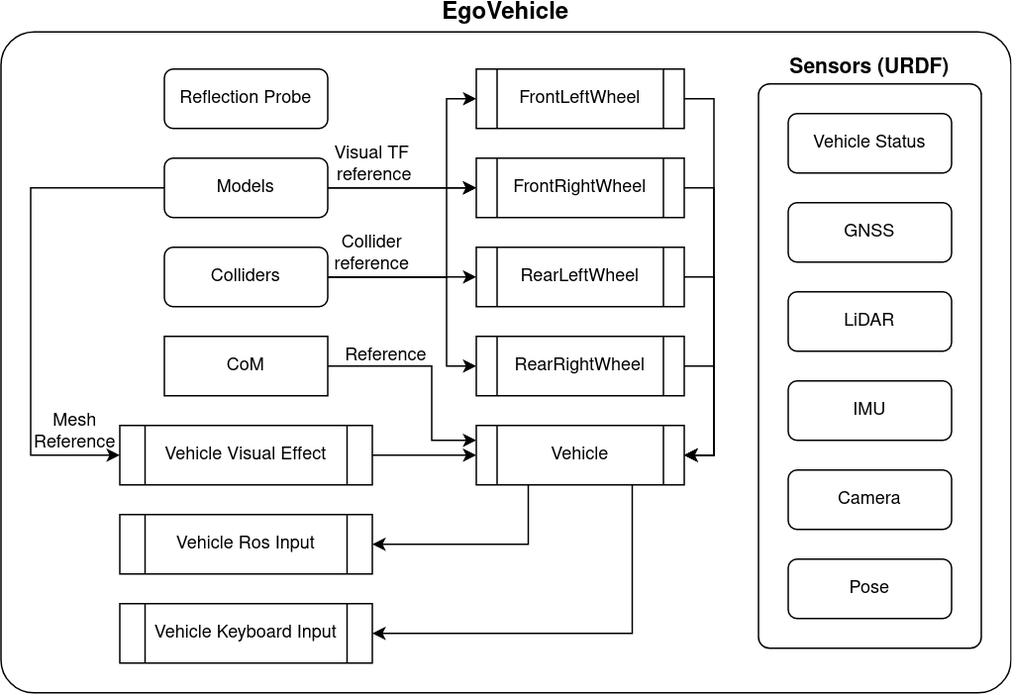
The draw.io diagram docs/Introduction/egovehicle.png in tier4/AWSIM, before a commit. Source tidied: cells renumbered, new cells last; positions are measured from the earlier drawing's top-left corner, leaving out a move shared by most shapes.
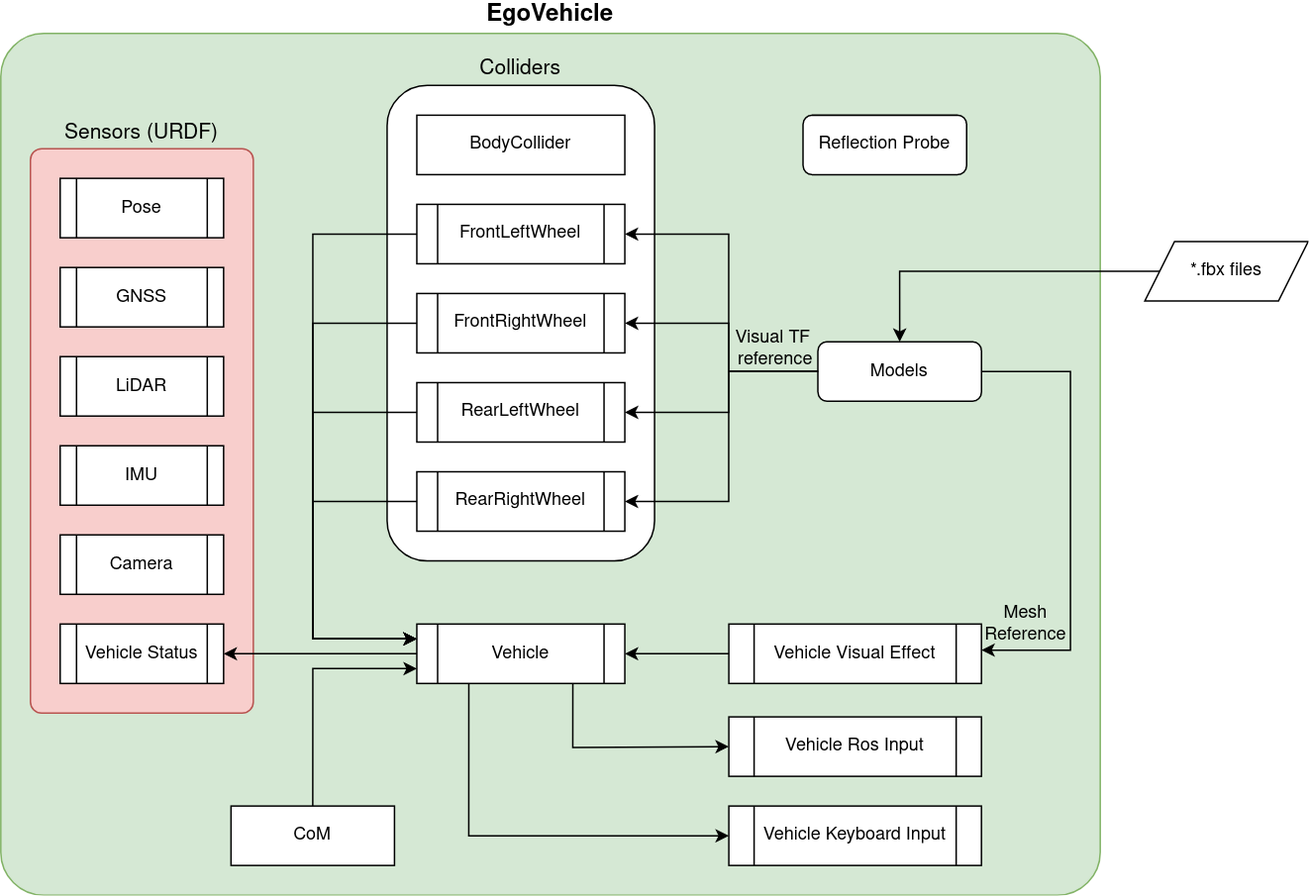
After the commit.

Diff of the diagram source:
```diff
@@ -2,182 +2,182 @@
   <root>
     <mxCell id="0" />
     <mxCell id="1" parent="0" />
-    <mxCell id="2" value="EgoVehicle" style="rounded=1;whiteSpace=wrap;html=1;labelPosition=center;verticalLabelPosition=top;align=center;verticalAlign=bottom;arcSize=5;fontSize=16;fontStyle=1;" parent="1" vertex="1">
-      <mxGeometry width="680" height="445" as="geometry" />
+    <mxCell id="2" value="EgoVehicle" style="rounded=1;whiteSpace=wrap;html=1;labelPosition=center;verticalLabelPosition=top;align=center;verticalAlign=bottom;arcSize=5;fontSize=16;fontStyle=1;fillColor=#d5e8d4;strokeColor=#82b366;" parent="1" vertex="1">
+      <mxGeometry x="930" y="-135" width="740" height="580" as="geometry" />
     </mxCell>
+    <mxCell id="28" value="Colliders" style="rounded=1;whiteSpace=wrap;html=1;labelPosition=center;verticalLabelPosition=top;align=center;verticalAlign=bottom;fontSize=14;" parent="1" vertex="1">
+      <mxGeometry x="1190" y="-100" width="180" height="320" as="geometry" />
+    </mxCell>
-    <mxCell id="3" style="edgeStyle=orthogonalEdgeStyle;rounded=0;jettySize=auto;html=1;entryX=0;entryY=0.25;entryDx=0;entryDy=0;" parent="1" edge="1" source="4" target="22">
+    <mxCell id="3" style="edgeStyle=orthogonalEdgeStyle;rounded=0;jettySize=auto;html=1;entryX=0;entryY=0.75;entryDx=0;entryDy=0;exitX=0.5;exitY=0;exitDx=0;exitDy=0;" parent="1" edge="1" source="4" target="22">
       <mxGeometry relative="1" as="geometry">
         <Array as="points">
-          <mxPoint x="290" y="225" />
-          <mxPoint x="290" y="275" />
+          <mxPoint x="1140" y="385" />
+          <mxPoint x="1140" y="293" />
         </Array>
       </mxGeometry>
     </mxCell>
     <mxCell id="4" value="&lt;div&gt;CoM&lt;/div&gt;" style="rounded=0;whiteSpace=wrap;html=1;" parent="1" vertex="1">
-      <mxGeometry x="110" y="205" width="110" height="40" as="geometry" />
+      <mxGeometry x="1085" y="385" width="110" height="40" as="geometry" />
     </mxCell>
-    <mxCell id="5" style="edgeStyle=orthogonalEdgeStyle;rounded=0;jettySize=auto;html=1;entryX=0;entryY=0.5;entryDx=0;entryDy=0;" parent="1" edge="1" source="6" target="16">
-      <mxGeometry relative="1" as="geometry">
-        <Array as="points">
-          <mxPoint x="300" y="105" />
-          <mxPoint x="300" y="105" />
-        </Array>
-      </mxGeometry>
-    </mxCell>
+    <mxCell id="24" style="edgeStyle=orthogonalEdgeStyle;rounded=0;jettySize=auto;html=1;entryX=0;entryY=0.5;entryDx=0;entryDy=0;exitX=0;exitY=0.25;exitDx=0;exitDy=0;startArrow=classic;startFill=1;endArrow=none;endFill=0;" parent="1" edge="1" source="22" target="16">
+      <mxGeometry relative="1" as="geometry">
+        <Array as="points">
+          <mxPoint x="1140" y="273" />
+          <mxPoint x="1140" y="60" />
+        </Array>
+      </mxGeometry>
+    </mxCell>
     <mxCell id="6" value="&lt;div&gt;Models&lt;/div&gt;" style="rounded=1;whiteSpace=wrap;html=1;" parent="1" vertex="1">
-      <mxGeometry x="110" y="85" width="110" height="40" as="geometry" />
+      <mxGeometry x="1480" y="72.5" width="110" height="40" as="geometry" />
     </mxCell>
-    <mxCell id="7" value="&lt;div style=&quot;font-size: 14px;&quot;&gt;Sensors (URDF)&lt;/div&gt;" style="rounded=1;whiteSpace=wrap;html=1;labelPosition=center;verticalLabelPosition=top;align=center;verticalAlign=bottom;arcSize=5;fontSize=14;fontStyle=1;" parent="1" vertex="1">
-      <mxGeometry x="510" y="35" width="150" height="380" as="geometry" />
+    <mxCell id="7" value="&lt;div style=&quot;font-size: 14px;&quot;&gt;Sensors (URDF)&lt;/div&gt;" style="rounded=1;whiteSpace=wrap;html=1;labelPosition=center;verticalLabelPosition=top;align=center;verticalAlign=bottom;arcSize=5;fontSize=14;fontStyle=0;fillColor=#f8cecc;strokeColor=#b85450;" parent="1" vertex="1">
+      <mxGeometry x="950" y="-57.5" width="150" height="380" as="geometry" />
     </mxCell>
     <mxCell id="8" value="Reflection Probe" style="rounded=1;whiteSpace=wrap;html=1;" parent="1" vertex="1">
-      <mxGeometry x="110" y="25" width="110" height="40" as="geometry" />
+      <mxGeometry x="1470" y="-80" width="110" height="40" as="geometry" />
     </mxCell>
-    <mxCell id="9" style="edgeStyle=orthogonalEdgeStyle;rounded=0;jettySize=auto;html=1;entryX=0.75;entryY=1;entryDx=0;entryDy=0;endArrow=none;endFill=0;startArrow=classic;startFill=1;" parent="1" edge="1" source="10" target="22">
-      <mxGeometry relative="1" as="geometry" />
-    </mxCell>
+    <mxCell id="40" style="edgeStyle=orthogonalEdgeStyle;rounded=0;jettySize=auto;html=1;entryX=0.75;entryY=1;entryDx=0;entryDy=0;endArrow=none;endFill=0;startArrow=classic;startFill=1;" parent="1" edge="1" target="22">
+      <mxGeometry relative="1" as="geometry">
+        <mxPoint x="1420" y="345" as="sourcePoint" />
+      </mxGeometry>
+    </mxCell>
     <mxCell id="10" value="&lt;div&gt;Vehicle Keyboard Input&lt;/div&gt;" style="shape=process;whiteSpace=wrap;html=1;backgroundOutline=1;" parent="1" vertex="1">
-      <mxGeometry x="80" y="385" width="170" height="40" as="geometry" />
+      <mxGeometry x="1420" y="385" width="170" height="40" as="geometry" />
     </mxCell>
-    <mxCell id="11" style="edgeStyle=orthogonalEdgeStyle;rounded=0;jettySize=auto;html=1;entryX=0;entryY=0.5;entryDx=0;entryDy=0;endArrow=none;endFill=0;startArrow=classic;startFill=1;" parent="1" edge="1" source="12" target="6">
+    <mxCell id="11" style="edgeStyle=orthogonalEdgeStyle;rounded=0;jettySize=auto;html=1;entryX=1;entryY=0.5;entryDx=0;entryDy=0;endArrow=none;endFill=0;startArrow=classic;startFill=1;" parent="1" edge="1" source="12" target="6">
       <mxGeometry relative="1" as="geometry">
         <Array as="points">
-          <mxPoint x="20" y="285" />
-          <mxPoint x="20" y="105" />
+          <mxPoint x="1650" y="280" />
+          <mxPoint x="1650" y="92" />
         </Array>
       </mxGeometry>
     </mxCell>
+    <mxCell id="41" style="edgeStyle=orthogonalEdgeStyle;rounded=0;jettySize=auto;html=1;" parent="1" edge="1" source="12" target="22">
+      <mxGeometry relative="1" as="geometry" />
+    </mxCell>
     <mxCell id="12" value="&lt;div&gt;Vehicle Visual Effect&lt;/div&gt;" style="shape=process;whiteSpace=wrap;html=1;backgroundOutline=1;" parent="1" vertex="1">
-      <mxGeometry x="80" y="265" width="170" height="40" as="geometry" />
+      <mxGeometry x="1420" y="262.5" width="170" height="40" as="geometry" />
     </mxCell>
-    <mxCell id="13" style="edgeStyle=orthogonalEdgeStyle;rounded=0;jettySize=auto;html=1;entryX=0.25;entryY=1;entryDx=0;entryDy=0;endArrow=none;endFill=0;startArrow=classic;startFill=1;" parent="1" edge="1" source="14" target="22">
-      <mxGeometry relative="1" as="geometry">
-        <Array as="points">
-          <mxPoint x="355" y="345" />
-        </Array>
-      </mxGeometry>
-    </mxCell>
+    <mxCell id="9" style="edgeStyle=orthogonalEdgeStyle;rounded=0;jettySize=auto;html=1;entryX=0.25;entryY=1;entryDx=0;entryDy=0;endArrow=none;endFill=0;startArrow=classic;startFill=1;exitX=0;exitY=0.5;exitDx=0;exitDy=0;" parent="1" edge="1" source="10" target="22">
+      <mxGeometry relative="1" as="geometry">
+        <Array as="points">
+          <mxPoint x="1245" y="405" />
+        </Array>
+      </mxGeometry>
+    </mxCell>
     <mxCell id="14" value="Vehicle Ros Input" style="shape=process;whiteSpace=wrap;html=1;backgroundOutline=1;" parent="1" vertex="1">
-      <mxGeometry x="80" y="325" width="170" height="40" as="geometry" />
+      <mxGeometry x="1420" y="325" width="170" height="40" as="geometry" />
     </mxCell>
     <mxCell id="15" value="FrontLeftWheel" style="shape=process;whiteSpace=wrap;html=1;backgroundOutline=1;" parent="1" vertex="1">
-      <mxGeometry x="320" y="25" width="140" height="40" as="geometry" />
+      <mxGeometry x="1210" y="-20" width="140" height="40" as="geometry" />
     </mxCell>
     <mxCell id="16" value="FrontRightWheel" style="shape=process;whiteSpace=wrap;html=1;backgroundOutline=1;" parent="1" vertex="1">
-      <mxGeometry x="320" y="85" width="140" height="40" as="geometry" />
+      <mxGeometry x="1210" y="40" width="140" height="40" as="geometry" />
     </mxCell>
     <mxCell id="17" value="RearLeftWheel" style="shape=process;whiteSpace=wrap;html=1;backgroundOutline=1;" parent="1" vertex="1">
-      <mxGeometry x="320" y="145" width="140" height="40" as="geometry" />
+      <mxGeometry x="1210" y="100" width="140" height="40" as="geometry" />
     </mxCell>
     <mxCell id="18" value="RearRightWheel" style="shape=process;whiteSpace=wrap;html=1;backgroundOutline=1;" parent="1" vertex="1">
-      <mxGeometry x="320" y="205" width="140" height="40" as="geometry" />
+      <mxGeometry x="1210" y="160" width="140" height="40" as="geometry" />
     </mxCell>
-    <mxCell id="19" style="rounded=0;jettySize=auto;html=1;entryX=0;entryY=0.5;entryDx=0;entryDy=0;exitX=1;exitY=0.5;exitDx=0;exitDy=0;edgeStyle=orthogonalEdgeStyle;" parent="1" edge="1" source="28" target="18">
-      <mxGeometry relative="1" as="geometry">
-        <Array as="points">
-          <mxPoint x="300" y="165" />
-          <mxPoint x="300" y="225" />
-        </Array>
-      </mxGeometry>
-    </mxCell>
-    <mxCell id="20" style="edgeStyle=orthogonalEdgeStyle;rounded=0;jettySize=auto;html=1;endArrow=none;endFill=0;startArrow=classic;startFill=1;" parent="1" edge="1" source="22" target="12">
-      <mxGeometry relative="1" as="geometry" />
-    </mxCell>
-    <mxCell id="21" style="edgeStyle=orthogonalEdgeStyle;rounded=0;orthogonalLoop=1;jettySize=auto;html=1;entryX=1;entryY=0.5;entryDx=0;entryDy=0;endArrow=none;endFill=0;startArrow=classic;startFill=1;" parent="1" edge="1">
-      <mxGeometry relative="1" as="geometry">
-        <mxPoint x="460" y="285" as="sourcePoint" />
-        <mxPoint x="460" y="225" as="targetPoint" />
-        <Array as="points">
-          <mxPoint x="480" y="285" />
-          <mxPoint x="480" y="225" />
-        </Array>
-      </mxGeometry>
-    </mxCell>
+    <mxCell id="42" style="edgeStyle=orthogonalEdgeStyle;rounded=0;jettySize=auto;html=1;endArrow=classic;endFill=1;startArrow=none;startFill=0;exitX=0;exitY=0.5;exitDx=0;exitDy=0;" parent="1" edge="1" source="6">
+      <mxGeometry relative="1" as="geometry">
+        <mxPoint x="1350" y="180" as="targetPoint" />
+        <Array as="points">
+          <mxPoint x="1420" y="92.5" />
+          <mxPoint x="1420" y="180.5" />
+        </Array>
+      </mxGeometry>
+    </mxCell>
     <mxCell id="22" value="&lt;div&gt;Vehicle&lt;/div&gt;" style="shape=process;whiteSpace=wrap;html=1;backgroundOutline=1;" parent="1" vertex="1">
-      <mxGeometry x="320" y="265" width="140" height="40" as="geometry" />
+      <mxGeometry x="1210" y="262.5" width="140" height="40" as="geometry" />
     </mxCell>
-    <mxCell id="23" style="edgeStyle=orthogonalEdgeStyle;rounded=0;orthogonalLoop=1;jettySize=auto;html=1;entryX=1;entryY=0.5;entryDx=0;entryDy=0;exitX=1;exitY=0.5;exitDx=0;exitDy=0;endArrow=none;endFill=0;startArrow=classic;startFill=1;" parent="1" edge="1">
-      <mxGeometry relative="1" as="geometry">
-        <mxPoint x="460" y="285" as="sourcePoint" />
-        <mxPoint x="460" y="165" as="targetPoint" />
-        <Array as="points">
-          <mxPoint x="480" y="285" />
-          <mxPoint x="480" y="165" />
-        </Array>
-      </mxGeometry>
-    </mxCell>
-    <mxCell id="24" style="edgeStyle=orthogonalEdgeStyle;rounded=0;jettySize=auto;html=1;entryX=1;entryY=0.5;entryDx=0;entryDy=0;endArrow=none;endFill=0;startArrow=classic;startFill=1;exitX=1;exitY=0.5;exitDx=0;exitDy=0;" parent="1" edge="1" source="22" target="16">
-      <mxGeometry relative="1" as="geometry">
-        <Array as="points">
-          <mxPoint x="480" y="285" />
-          <mxPoint x="480" y="105" />
-        </Array>
-      </mxGeometry>
-    </mxCell>
+    <mxCell id="43" style="edgeStyle=orthogonalEdgeStyle;rounded=0;jettySize=auto;html=1;endArrow=classic;endFill=1;startArrow=none;startFill=0;exitX=0;exitY=0.5;exitDx=0;exitDy=0;" parent="1" edge="1" source="6">
+      <mxGeometry relative="1" as="geometry">
+        <mxPoint x="1350" y="120" as="targetPoint" />
+        <Array as="points">
+          <mxPoint x="1420" y="92.5" />
+          <mxPoint x="1420" y="120.5" />
+        </Array>
+      </mxGeometry>
+    </mxCell>
+    <mxCell id="44" style="edgeStyle=orthogonalEdgeStyle;rounded=0;jettySize=auto;html=1;entryX=1;entryY=0.5;entryDx=0;entryDy=0;endArrow=classic;endFill=1;startArrow=none;startFill=0;exitX=1;exitY=1;exitDx=0;exitDy=0;" parent="1" edge="1" source="27" target="16">
+      <mxGeometry relative="1" as="geometry">
+        <Array as="points">
+          <mxPoint x="1420" y="93" />
+          <mxPoint x="1420" y="60" />
+        </Array>
+      </mxGeometry>
+    </mxCell>
+    <mxCell id="45" style="edgeStyle=orthogonalEdgeStyle;rounded=0;jettySize=auto;html=1;entryX=1;entryY=0.5;entryDx=0;entryDy=0;exitX=0;exitY=0.5;exitDx=0;exitDy=0;startArrow=none;startFill=0;endArrow=classic;endFill=1;" parent="1" edge="1" source="6" target="15">
+      <mxGeometry relative="1" as="geometry">
+        <Array as="points">
+          <mxPoint x="1420" y="92.5" />
+          <mxPoint x="1420" y="0.5" />
+        </Array>
+      </mxGeometry>
+    </mxCell>
+    <mxCell id="27" value="&lt;div&gt;Visual TF&lt;br&gt;&lt;/div&gt;&lt;div&gt;&amp;nbsp;reference&lt;/div&gt;" style="text;html=1;strokeColor=none;fillColor=none;align=center;verticalAlign=middle;whiteSpace=wrap;rounded=0;" parent="1" vertex="1">
+      <mxGeometry x="1420" y="62.5" width="60" height="30" as="geometry" />
+    </mxCell>
-    <mxCell id="25" style="edgeStyle=orthogonalEdgeStyle;rounded=0;jettySize=auto;html=1;entryX=1;entryY=0.5;entryDx=0;entryDy=0;exitX=1;exitY=0.5;exitDx=0;exitDy=0;startArrow=classic;startFill=1;endArrow=none;endFill=0;" parent="1" edge="1" source="22" target="15">
+    <mxCell id="25" style="edgeStyle=orthogonalEdgeStyle;rounded=0;jettySize=auto;html=1;entryX=0;entryY=0.5;entryDx=0;entryDy=0;exitX=0;exitY=0.25;exitDx=0;exitDy=0;startArrow=classic;startFill=1;endArrow=none;endFill=0;" parent="1" edge="1" source="22" target="15">
       <mxGeometry relative="1" as="geometry">
         <Array as="points">
-          <mxPoint x="480" y="285" />
-          <mxPoint x="480" y="45" />
+          <mxPoint x="1140" y="273" />
+          <mxPoint x="1140" />
         </Array>
       </mxGeometry>
     </mxCell>
-    <mxCell id="26" value="Collider reference" style="text;html=1;strokeColor=none;fillColor=none;align=center;verticalAlign=middle;whiteSpace=wrap;rounded=0;" parent="1" vertex="1">
-      <mxGeometry x="220" y="135" width="60" height="30" as="geometry" />
-    </mxCell>
-    <mxCell id="27" value="&lt;div&gt;Visual TF&lt;br&gt;&lt;/div&gt;&lt;div&gt;&amp;nbsp;reference&lt;/div&gt;" style="text;html=1;strokeColor=none;fillColor=none;align=center;verticalAlign=middle;whiteSpace=wrap;rounded=0;" parent="1" vertex="1">
-      <mxGeometry x="220" y="75" width="60" height="30" as="geometry" />
-    </mxCell>
-    <mxCell id="28" value="Colliders" style="rounded=1;whiteSpace=wrap;html=1;" parent="1" vertex="1">
-      <mxGeometry x="110" y="145" width="110" height="40" as="geometry" />
-    </mxCell>
-    <mxCell id="29" style="edgeStyle=orthogonalEdgeStyle;rounded=0;jettySize=auto;html=1;entryX=0;entryY=0.5;entryDx=0;entryDy=0;exitX=0;exitY=1;exitDx=0;exitDy=0;" parent="1" edge="1" source="27" target="15">
-      <mxGeometry relative="1" as="geometry">
-        <Array as="points">
-          <mxPoint x="300" y="105" />
-          <mxPoint x="300" y="45" />
-        </Array>
-      </mxGeometry>
-    </mxCell>
-    <mxCell id="30" style="edgeStyle=orthogonalEdgeStyle;rounded=0;jettySize=auto;html=1;entryX=0;entryY=0.5;entryDx=0;entryDy=0;exitX=0;exitY=1;exitDx=0;exitDy=0;" parent="1" edge="1" source="26" target="16">
-      <mxGeometry relative="1" as="geometry">
-        <Array as="points">
-          <mxPoint x="300" y="165" />
-          <mxPoint x="300" y="105" />
-        </Array>
-      </mxGeometry>
-    </mxCell>
-    <mxCell id="31" style="rounded=0;jettySize=auto;html=1;entryX=0;entryY=0.5;entryDx=0;entryDy=0;exitX=1;exitY=0.5;exitDx=0;exitDy=0;edgeStyle=orthogonalEdgeStyle;" parent="1" edge="1" source="28" target="17">
-      <mxGeometry relative="1" as="geometry">
-        <Array as="points">
-          <mxPoint x="310" y="165" />
-          <mxPoint x="310" y="165" />
-        </Array>
-      </mxGeometry>
-    </mxCell>
-    <mxCell id="32" value="Reference" style="text;whiteSpace=wrap;html=1;" parent="1" vertex="1">
-      <mxGeometry x="230" y="205" width="132" height="40" as="geometry" />
-    </mxCell>
+    <mxCell id="46" style="edgeStyle=orthogonalEdgeStyle;rounded=0;jettySize=auto;html=1;startArrow=classic;startFill=1;endArrow=none;endFill=0;exitX=1;exitY=0.5;exitDx=0;exitDy=0;" parent="1" edge="1" source="33">
+      <mxGeometry relative="1" as="geometry">
+        <mxPoint x="1210" y="282.5" as="targetPoint" />
+      </mxGeometry>
+    </mxCell>
-    <mxCell id="33" value="Vehicle Status" style="rounded=1;whiteSpace=wrap;html=1;" parent="1" vertex="1">
-      <mxGeometry x="530" y="55" width="110" height="40" as="geometry" />
+    <mxCell id="33" value="Vehicle Status" style="shape=process;whiteSpace=wrap;html=1;backgroundOutline=1;rounded=0;" parent="1" vertex="1">
+      <mxGeometry x="970" y="262.5" width="110" height="40" as="geometry" />
     </mxCell>
-    <mxCell id="34" value="Camera" style="rounded=1;whiteSpace=wrap;html=1;" parent="1" vertex="1">
-      <mxGeometry x="530" y="295" width="110" height="40" as="geometry" />
+    <mxCell id="34" value="Camera" style="shape=process;whiteSpace=wrap;html=1;backgroundOutline=1;rounded=0;" parent="1" vertex="1">
+      <mxGeometry x="970" y="202.5" width="110" height="40" as="geometry" />
     </mxCell>
-    <mxCell id="35" value="Pose" style="rounded=1;whiteSpace=wrap;html=1;" parent="1" vertex="1">
-      <mxGeometry x="530" y="355" width="110" height="40" as="geometry" />
+    <mxCell id="35" value="Pose" style="shape=process;whiteSpace=wrap;html=1;backgroundOutline=1;rounded=0;" parent="1" vertex="1">
+      <mxGeometry x="970" y="-37.5" width="110" height="40" as="geometry" />
     </mxCell>
-    <mxCell id="36" value="LiDAR" style="rounded=1;whiteSpace=wrap;html=1;" parent="1" vertex="1">
-      <mxGeometry x="530" y="175" width="110" height="40" as="geometry" />
+    <mxCell id="36" value="LiDAR" style="shape=process;whiteSpace=wrap;html=1;backgroundOutline=1;rounded=0;" parent="1" vertex="1">
+      <mxGeometry x="970" y="82.5" width="110" height="40" as="geometry" />
     </mxCell>
-    <mxCell id="37" value="IMU" style="rounded=1;whiteSpace=wrap;html=1;" parent="1" vertex="1">
-      <mxGeometry x="530" y="235" width="110" height="40" as="geometry" />
+    <mxCell id="37" value="IMU" style="shape=process;whiteSpace=wrap;html=1;backgroundOutline=1;rounded=0;" parent="1" vertex="1">
+      <mxGeometry x="970" y="142.5" width="110" height="40" as="geometry" />
     </mxCell>
-    <mxCell id="38" value="GNSS" style="rounded=1;whiteSpace=wrap;html=1;" parent="1" vertex="1">
-      <mxGeometry x="530" y="115" width="110" height="40" as="geometry" />
+    <mxCell id="38" value="GNSS" style="shape=process;whiteSpace=wrap;html=1;backgroundOutline=1;rounded=0;" parent="1" vertex="1">
+      <mxGeometry x="970" y="22.5" width="110" height="40" as="geometry" />
     </mxCell>
     <mxCell id="39" value="Mesh Reference" style="text;html=1;strokeColor=none;fillColor=none;align=center;verticalAlign=middle;whiteSpace=wrap;rounded=0;" parent="1" vertex="1">
-      <mxGeometry x="20" y="255" width="60" height="30" as="geometry" />
+      <mxGeometry x="1590" y="248" width="60" height="30" as="geometry" />
     </mxCell>
+    <mxCell id="47" style="edgeStyle=orthogonalEdgeStyle;rounded=0;jettySize=auto;html=1;entryX=0;entryY=0.5;entryDx=0;entryDy=0;exitX=0;exitY=0.25;exitDx=0;exitDy=0;startArrow=classic;startFill=1;endArrow=none;endFill=0;" parent="1" edge="1" source="22" target="17">
+      <mxGeometry relative="1" as="geometry">
+        <Array as="points">
+          <mxPoint x="1140" y="273" />
+          <mxPoint x="1140" y="120" />
+        </Array>
+      </mxGeometry>
+    </mxCell>
+    <mxCell id="48" style="edgeStyle=orthogonalEdgeStyle;rounded=0;jettySize=auto;html=1;entryX=0;entryY=0.5;entryDx=0;entryDy=0;exitX=0;exitY=0.25;exitDx=0;exitDy=0;startArrow=classic;startFill=1;endArrow=none;endFill=0;" parent="1" edge="1" source="22" target="18">
+      <mxGeometry relative="1" as="geometry">
+        <Array as="points">
+          <mxPoint x="1140" y="273" />
+          <mxPoint x="1140" y="180" />
+        </Array>
+      </mxGeometry>
+    </mxCell>
+    <mxCell id="49" value="BodyCollider" style="rounded=0;whiteSpace=wrap;html=1;" parent="1" vertex="1">
+      <mxGeometry x="1210" y="-80" width="140" height="40" as="geometry" />
+    </mxCell>
+    <mxCell id="50" style="edgeStyle=orthogonalEdgeStyle;rounded=0;jettySize=auto;html=1;entryX=0.5;entryY=0;entryDx=0;entryDy=0;" parent="1" edge="1" source="51" target="6">
+      <mxGeometry relative="1" as="geometry" />
+    </mxCell>
+    <mxCell id="51" value="*.fbx files" style="shape=parallelogram;perimeter=parallelogramPerimeter;whiteSpace=wrap;html=1;fixedSize=1;" parent="1" vertex="1">
+      <mxGeometry x="1700" y="5" width="110" height="40" as="geometry" />
+    </mxCell>
   </root>
 </mxGraphModel>
```
